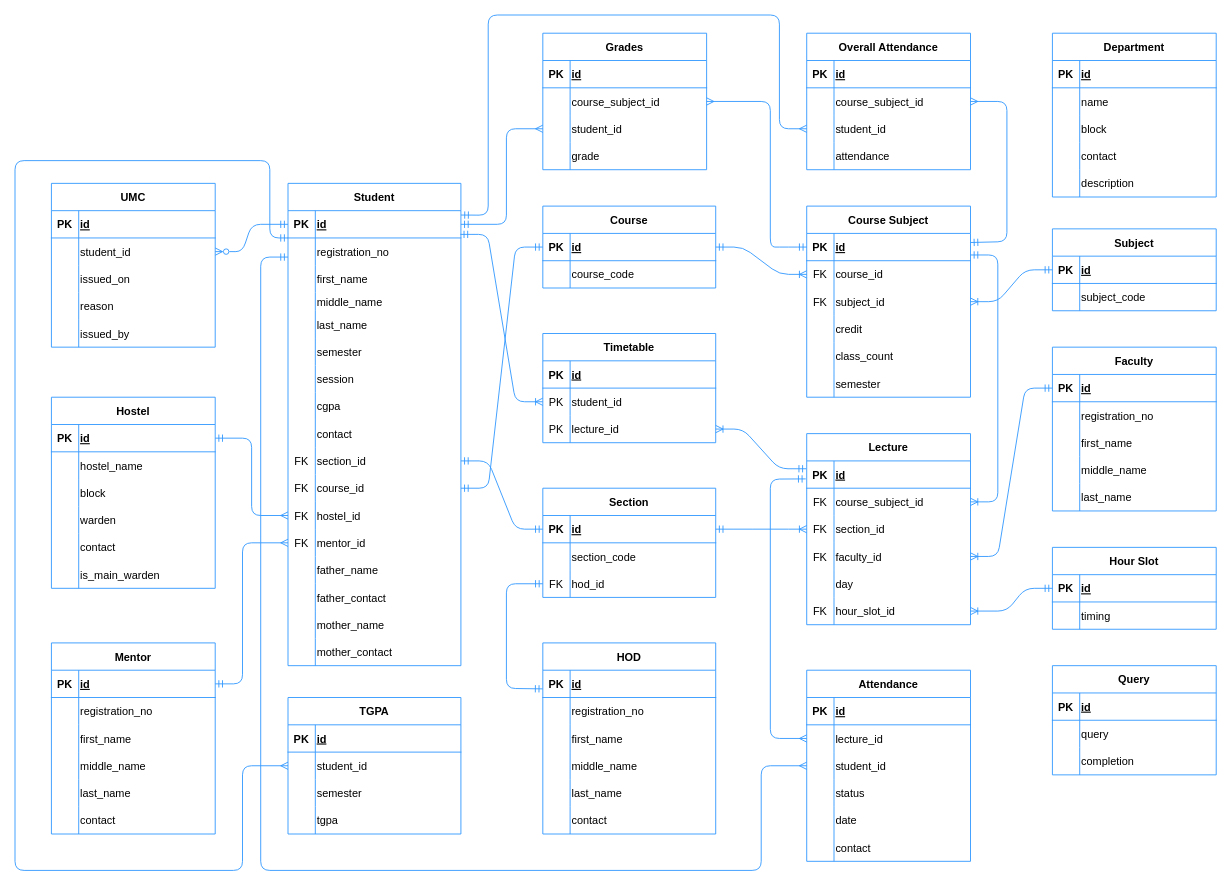
Before: whiteboard/database-design.drawio in suyash-purwar/ayra, a draw.io diagram. Source tidied: cells renumbered, new cells numbered last; positions are measured from the earlier drawing's top-left corner, leaving out a move shared by most shapes. Both pictures are drawn from the tidied source at 91%, with x=0, y=0 at pixel (15, 15).
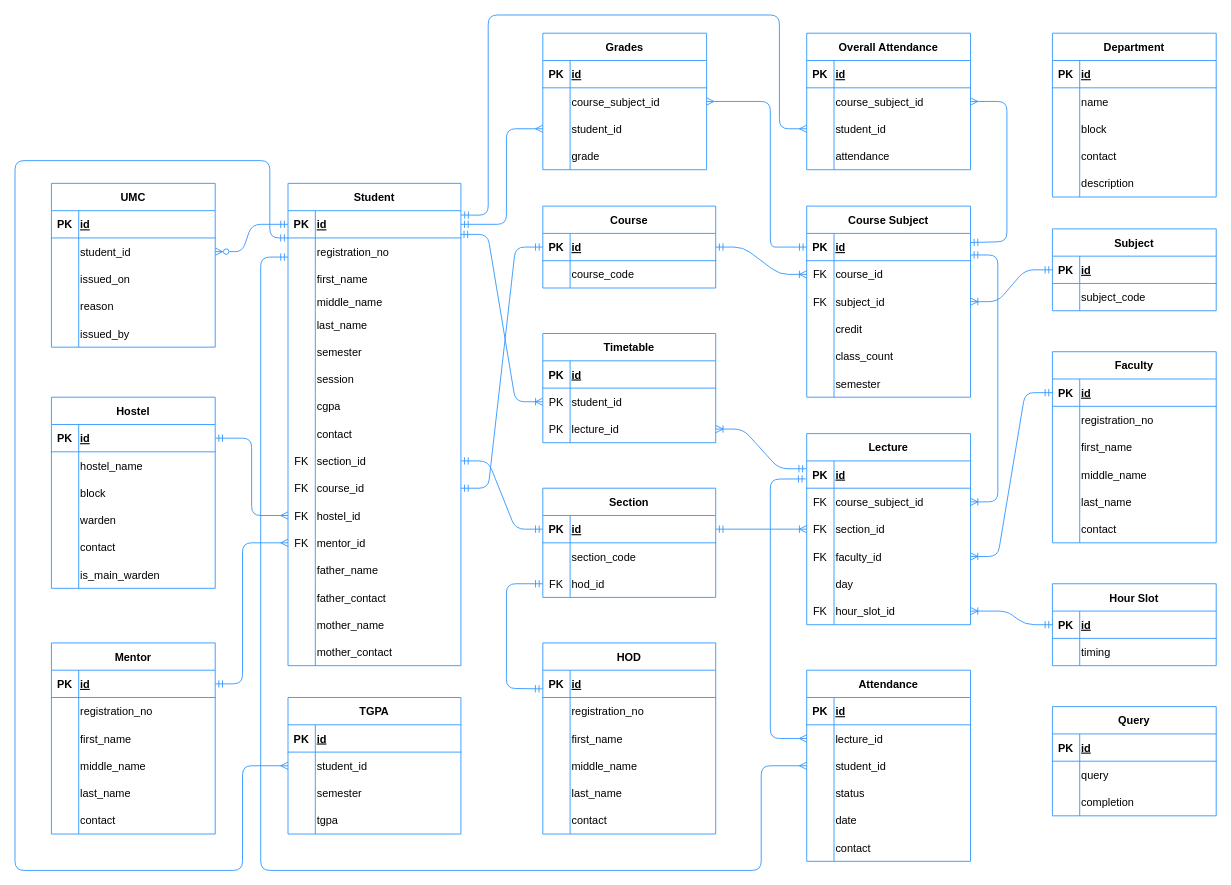
The same diagram, later.

Unchanged cells that the change refers to:
```xml
<mxCell id="53" style="shape=tableRow;horizontal=0;startSize=0;swimlaneHead=0;swimlaneBody=0;fillColor=none;points=[[0,0.5],[1,0.5]];portConstraint=eastwest;top=0;left=0;right=0;bottom=0;strokeColor=#3399FF;strokeWidth=1;fontSize=12;spacingTop=0;spacingLeft=0;" parent="37" vertex="1">
  <mxGeometry y="180" width="180" height="30" as="geometry" />
</mxCell>
<mxCell id="96" style="shape=tableRow;horizontal=0;startSize=0;swimlaneHead=0;swimlaneBody=0;fillColor=none;points=[[0,0.5],[1,0.5]];portConstraint=eastwest;top=0;left=0;right=0;bottom=1;strokeColor=#3399FF;strokeWidth=1;fontSize=12;spacingTop=0;spacingLeft=0;" parent="95" vertex="1">
  <mxGeometry y="30" width="180" height="30" as="geometry" />
</mxCell>
```

The edit, as a diff of the source:
```diff
@@
     <mxCell id="57" value="Faculty" style="shape=table;startSize=30;childLayout=tableLayout;rowLines=0;fontStyle=1;align=center;strokeColor=#3399FF;strokeWidth=1;fontSize=12;spacingTop=0;spacingLeft=0;" parent="1" vertex="1">
-      <mxGeometry x="1140" y="365" width="180" height="180" as="geometry" />
+      <mxGeometry x="1140" y="370" width="180" height="210" as="geometry" />
     </mxCell>
@@
+    <mxCell id="333" style="shape=tableRow;horizontal=0;startSize=0;swimlaneHead=0;swimlaneBody=0;fillColor=none;top=0;left=0;right=0;bottom=0;strokeColor=#3399FF;strokeWidth=1;fontSize=12;spacingTop=0;spacingLeft=0;" parent="57" vertex="1">
+      <mxGeometry y="180" width="180" height="30" as="geometry" />
+    </mxCell>
+    <mxCell id="334" style="shape=partialRectangle;fillColor=none;top=0;left=0;bottom=0;right=0;overflow=hidden;strokeColor=#3399FF;strokeWidth=1;fontSize=12;spacingTop=0;spacingLeft=0;" parent="333" vertex="1">
+      <mxGeometry width="30" height="30" as="geometry" />
+    </mxCell>
+    <mxCell id="335" value="contact" style="shape=partialRectangle;fillColor=none;top=0;left=0;bottom=0;right=0;align=left;spacingLeft=0;overflow=hidden;strokeColor=#3399FF;strokeWidth=1;fontSize=12;spacingTop=0;" parent="333" vertex="1">
+      <mxGeometry x="30" width="150" height="30" as="geometry" />
+    </mxCell>
@@
     <mxCell id="95" value="Hour Slot" style="shape=table;startSize=30;childLayout=tableLayout;rowLines=0;fontStyle=1;align=center;strokeColor=#3399FF;strokeWidth=1;fontSize=12;spacingTop=0;spacingLeft=0;" parent="1" vertex="1">
-      <mxGeometry x="1140" y="585" width="180" height="90" as="geometry" />
+      <mxGeometry x="1140" y="625" width="180" height="90" as="geometry" />
     </mxCell>
@@
     <mxCell id="237" style="edgeStyle=none;html=1;exitX=0;exitY=0.5;exitDx=0;exitDy=0;strokeColor=#3399FF;startArrow=ERmandOne;startFill=0;endArrow=ERoneToMany;endFill=0;entryX=1;entryY=0.5;entryDx=0;entryDy=0;" parent="1" edge="1" source="96" target="53">
       <mxGeometry relative="1" as="geometry">
         <Array as="points">
-          <mxPoint x="1110" y="630" />
+          <mxPoint x="1110" y="670" />
           <mxPoint x="1090" y="655" />
         </Array>
       </mxGeometry>
     </mxCell>
@@
     <mxCell id="254" value="Query" style="shape=table;startSize=30;childLayout=tableLayout;rowLines=0;fontStyle=1;align=center;strokeColor=#3399FF;strokeWidth=1;fontSize=12;spacingTop=0;spacingLeft=0;" parent="1" vertex="1">
-      <mxGeometry x="1140" y="715" width="180" height="120" as="geometry" />
+      <mxGeometry x="1140" y="760" width="180" height="120" as="geometry" />
     </mxCell>
```
